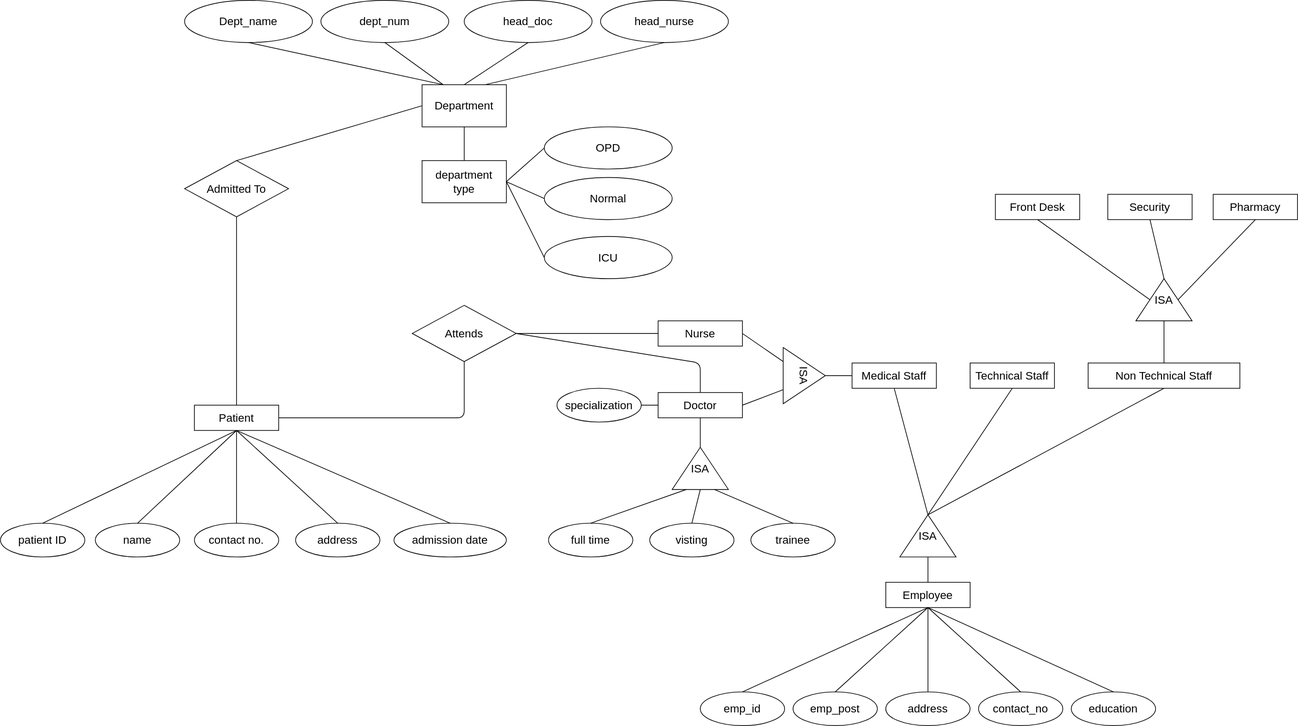
The draw.io diagram er_dig_hospital_mgm_26_09_2020.svg in listout/drawio_digs, before a commit. Source tidied: cells renumbered, new cells last; positions are measured from the earlier drawing's top-left corner, leaving out a move shared by most shapes.
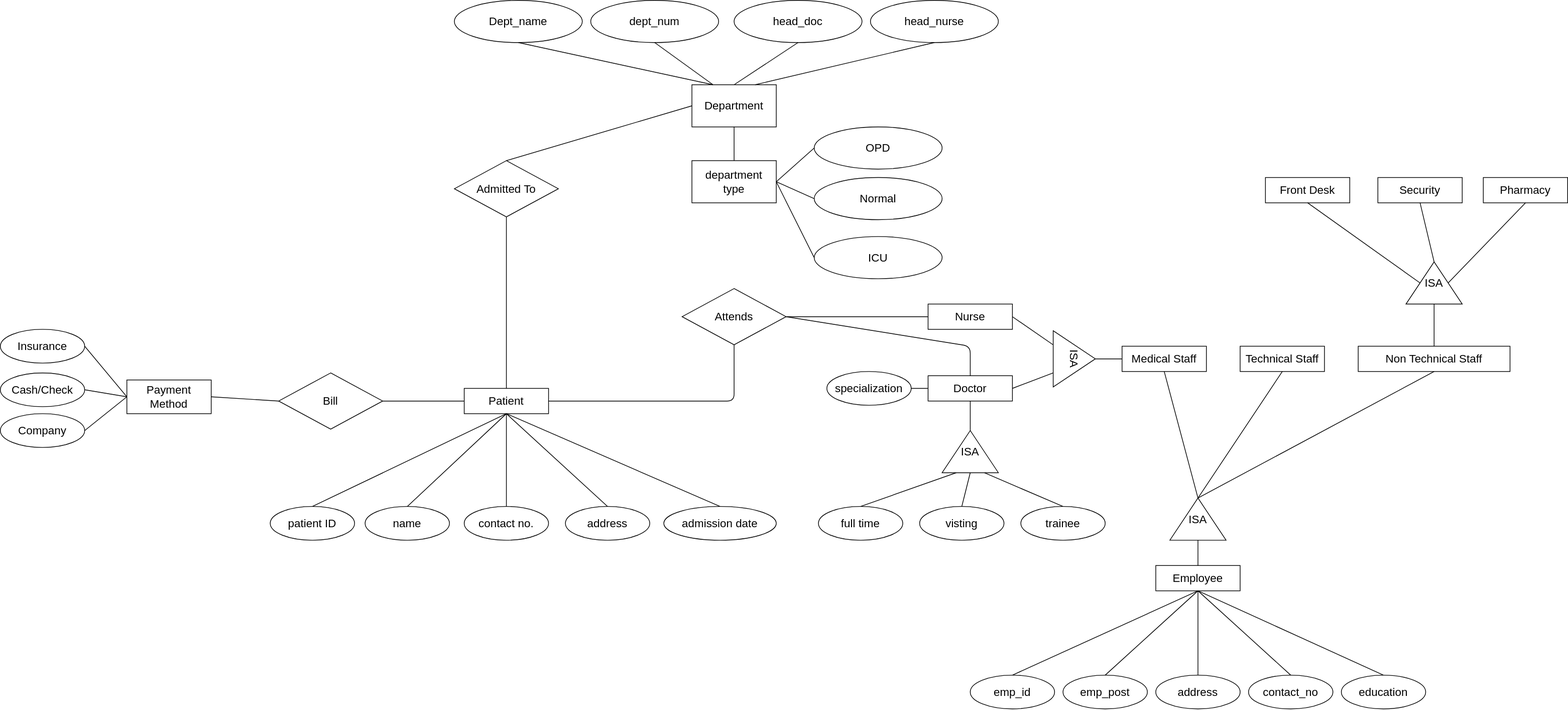
The same file after the commit.

Diff of the diagram source:
```diff
@@ -185,31 +185,31 @@
       </mxGeometry>
     </mxCell>
     <mxCell id="60" value="Department" style="rounded=0;whiteSpace=wrap;html=1;fontSize=16;" parent="1" vertex="1">
-      <mxGeometry x="600" y="120" width="120" height="60" as="geometry" />
+      <mxGeometry x="600" y="144" width="120" height="60" as="geometry" />
     </mxCell>
     <mxCell id="61" value="Dept_name" style="ellipse;whiteSpace=wrap;html=1;fontSize=16;" parent="1" vertex="1">
-      <mxGeometry x="262" width="182" height="60" as="geometry" />
+      <mxGeometry x="262" y="24" width="182" height="60" as="geometry" />
     </mxCell>
     <mxCell id="62" value="dept_num" style="ellipse;whiteSpace=wrap;html=1;fontSize=16;" parent="1" vertex="1">
-      <mxGeometry x="456" width="182" height="60" as="geometry" />
+      <mxGeometry x="456" y="24" width="182" height="60" as="geometry" />
     </mxCell>
     <mxCell id="63" value="head_doc" style="ellipse;whiteSpace=wrap;html=1;fontSize=16;" parent="1" vertex="1">
-      <mxGeometry x="660" width="182" height="60" as="geometry" />
+      <mxGeometry x="660" y="24" width="182" height="60" as="geometry" />
     </mxCell>
     <mxCell id="64" value="head_nurse" style="ellipse;whiteSpace=wrap;html=1;fontSize=16;" parent="1" vertex="1">
-      <mxGeometry x="854" width="182" height="60" as="geometry" />
+      <mxGeometry x="854" y="24" width="182" height="60" as="geometry" />
     </mxCell>
     <mxCell id="65" value="&lt;div&gt;department&lt;/div&gt;&lt;div&gt;type&lt;br&gt;&lt;/div&gt;" style="rounded=0;whiteSpace=wrap;html=1;fontSize=16;" parent="1" vertex="1">
-      <mxGeometry x="600" y="228" width="120" height="60" as="geometry" />
+      <mxGeometry x="600" y="252" width="120" height="60" as="geometry" />
     </mxCell>
     <mxCell id="66" value="Normal" style="ellipse;whiteSpace=wrap;html=1;fontSize=16;" parent="1" vertex="1">
-      <mxGeometry x="774" y="252" width="182" height="60" as="geometry" />
+      <mxGeometry x="774" y="276" width="182" height="60" as="geometry" />
     </mxCell>
     <mxCell id="67" value="OPD" style="ellipse;whiteSpace=wrap;html=1;fontSize=16;" parent="1" vertex="1">
-      <mxGeometry x="774" y="180" width="182" height="60" as="geometry" />
+      <mxGeometry x="774" y="204" width="182" height="60" as="geometry" />
     </mxCell>
     <mxCell id="68" value="ICU" style="ellipse;whiteSpace=wrap;html=1;fontSize=16;" parent="1" vertex="1">
-      <mxGeometry x="774" y="336" width="182" height="60" as="geometry" />
+      <mxGeometry x="774" y="360" width="182" height="60" as="geometry" />
     </mxCell>
     <mxCell id="69" style="endArrow=none;html=1;fontSize=16;entryX=0;entryY=0.5;entryDx=0;entryDy=0;exitX=1;exitY=0.5;exitDx=0;exitDy=0;" parent="1" edge="1" source="65" target="67">
       <mxGeometry relative="1" as="geometry" />
@@ -236,7 +236,7 @@
       <mxGeometry relative="1" as="geometry" />
     </mxCell>
     <mxCell id="77" value="Admitted To" style="rhombus;whiteSpace=wrap;html=1;fontSize=16;" parent="1" vertex="1">
-      <mxGeometry x="262" y="228" width="148" height="80" as="geometry" />
+      <mxGeometry x="262" y="252" width="148" height="80" as="geometry" />
     </mxCell>
     <mxCell id="78" style="endArrow=none;html=1;fontSize=16;entryX=0;entryY=0.5;entryDx=0;entryDy=0;exitX=0.5;exitY=0;exitDx=0;exitDy=0;" parent="1" edge="1" source="77" target="60">
       <mxGeometry relative="1" as="geometry" />
@@ -244,5 +244,35 @@
     <mxCell id="79" style="endArrow=none;html=1;fontSize=16;entryX=0.5;entryY=0;entryDx=0;entryDy=0;exitX=0.5;exitY=1;exitDx=0;exitDy=0;" parent="1" edge="1" source="77" target="45">
       <mxGeometry relative="1" as="geometry" />
     </mxCell>
+    <mxCell id="80" value="Bill" style="rhombus;whiteSpace=wrap;html=1;fontSize=16;" parent="1" vertex="1">
+      <mxGeometry x="12" y="554" width="148" height="80" as="geometry" />
+    </mxCell>
+    <mxCell id="81" value="Payment Method" style="rounded=0;whiteSpace=wrap;html=1;fontSize=16;" parent="1" vertex="1">
+      <mxGeometry x="-204" y="564" width="120" height="48" as="geometry" />
+    </mxCell>
+    <mxCell id="82" value="Insurance" style="ellipse;whiteSpace=wrap;html=1;fontSize=16;" parent="1" vertex="1">
+      <mxGeometry x="-384" y="492" width="120" height="48" as="geometry" />
+    </mxCell>
+    <mxCell id="83" value="Cash/Check" style="ellipse;whiteSpace=wrap;html=1;fontSize=16;" parent="1" vertex="1">
+      <mxGeometry x="-384" y="554" width="120" height="48" as="geometry" />
+    </mxCell>
+    <mxCell id="84" value="Company" style="ellipse;whiteSpace=wrap;html=1;fontSize=16;" parent="1" vertex="1">
+      <mxGeometry x="-384" y="612" width="120" height="48" as="geometry" />
+    </mxCell>
+    <mxCell id="85" style="endArrow=none;html=1;fontSize=16;entryX=0;entryY=0.5;entryDx=0;entryDy=0;exitX=1;exitY=0.5;exitDx=0;exitDy=0;" parent="1" edge="1" source="80" target="45">
+      <mxGeometry relative="1" as="geometry" />
+    </mxCell>
+    <mxCell id="86" style="endArrow=none;html=1;fontSize=16;entryX=0;entryY=0.5;entryDx=0;entryDy=0;exitX=1;exitY=0.5;exitDx=0;exitDy=0;" parent="1" edge="1" source="81" target="80">
+      <mxGeometry relative="1" as="geometry" />
+    </mxCell>
+    <mxCell id="87" style="endArrow=none;html=1;fontSize=16;entryX=1;entryY=0.5;entryDx=0;entryDy=0;exitX=0;exitY=0.5;exitDx=0;exitDy=0;" parent="1" edge="1" source="81" target="82">
+      <mxGeometry relative="1" as="geometry" />
+    </mxCell>
+    <mxCell id="88" style="endArrow=none;html=1;fontSize=16;entryX=1;entryY=0.5;entryDx=0;entryDy=0;exitX=0;exitY=0.5;exitDx=0;exitDy=0;" parent="1" edge="1" source="81" target="83">
+      <mxGeometry relative="1" as="geometry" />
+    </mxCell>
+    <mxCell id="89" style="endArrow=none;html=1;fontSize=16;entryX=1;entryY=0.5;entryDx=0;entryDy=0;exitX=0;exitY=0.5;exitDx=0;exitDy=0;" parent="1" edge="1" source="81" target="84">
+      <mxGeometry relative="1" as="geometry" />
+    </mxCell>
   </root>
 </mxGraphModel>
```
